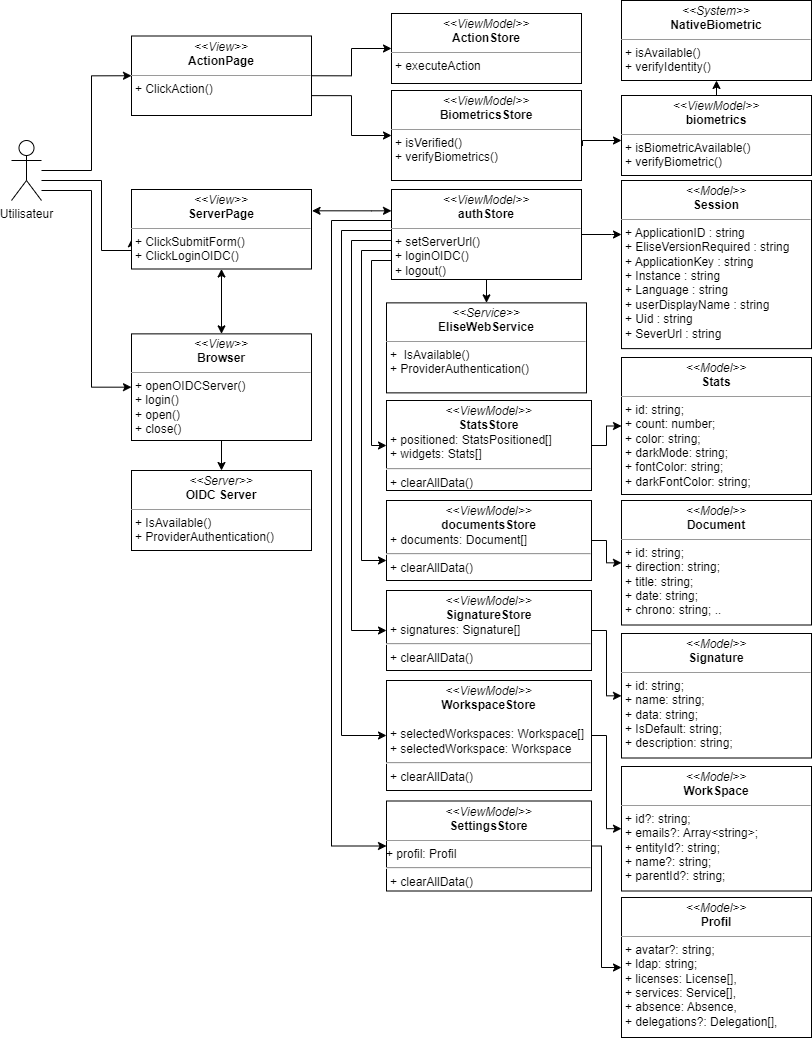
Above: images_pfe/dcc_sprint5.png in PFE-Neoledge-2023/rapport (draw.io), before the change. Source tidied: cells renumbered, new cells last; positions are measured from the earlier drawing's top-left corner, leaving out a move shared by most shapes.
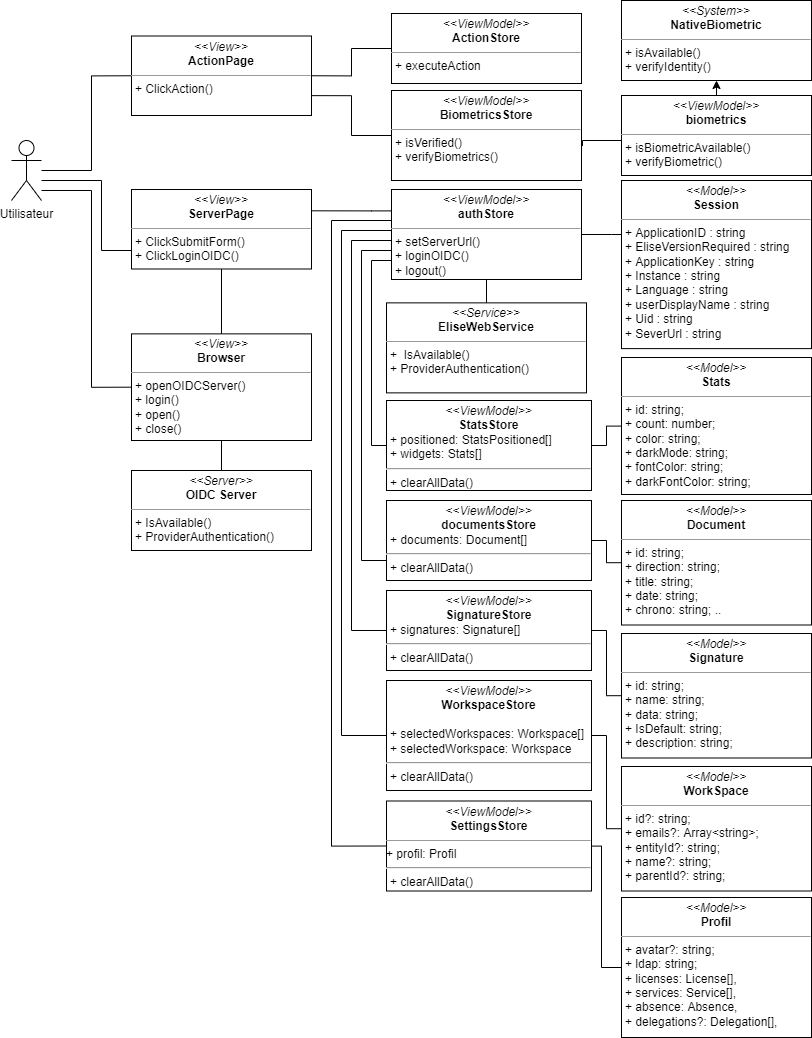
After the change.

Change to the diagram source:
```diff
@@ -2,7 +2,7 @@
   <root>
     <mxCell id="0" />
     <mxCell id="1" parent="0" />
-    <mxCell id="2" style="edgeStyle=orthogonalEdgeStyle;rounded=0;jettySize=auto;html=1;entryX=0.002;entryY=0.619;entryDx=0;entryDy=0;entryPerimeter=0;" parent="1" edge="1" source="5" target="8">
+    <mxCell id="2" style="edgeStyle=orthogonalEdgeStyle;rounded=0;jettySize=auto;html=1;entryX=0.002;entryY=0.619;entryDx=0;entryDy=0;entryPerimeter=0;endArrow=none;endFill=0;" parent="1" edge="1" source="5" target="8">
       <mxGeometry relative="1" as="geometry">
         <Array as="points">
           <mxPoint x="90" y="180" />
@@ -11,7 +11,7 @@
         </Array>
       </mxGeometry>
     </mxCell>
-    <mxCell id="3" style="edgeStyle=orthogonalEdgeStyle;html=1;entryX=0;entryY=0.5;entryDx=0;entryDy=0;rounded=0;" parent="1" edge="1" source="5" target="21">
+    <mxCell id="3" style="edgeStyle=orthogonalEdgeStyle;html=1;entryX=0;entryY=0.5;entryDx=0;entryDy=0;rounded=0;endArrow=none;endFill=0;" parent="1" edge="1" source="5" target="21">
       <mxGeometry relative="1" as="geometry">
         <Array as="points">
           <mxPoint x="80" y="170" />
@@ -19,7 +19,7 @@
         </Array>
       </mxGeometry>
     </mxCell>
-    <mxCell id="4" style="edgeStyle=orthogonalEdgeStyle;rounded=0;html=1;entryX=0;entryY=0.5;entryDx=0;entryDy=0;" parent="1" edge="1" source="5" target="29">
+    <mxCell id="4" style="edgeStyle=orthogonalEdgeStyle;rounded=0;html=1;entryX=0;entryY=0.5;entryDx=0;entryDy=0;endArrow=none;endFill=0;" parent="1" edge="1" source="5" target="29">
       <mxGeometry relative="1" as="geometry">
         <Array as="points">
           <mxPoint x="80" y="190" />
@@ -30,7 +30,7 @@
     <mxCell id="5" value="Utilisateur" style="shape=umlActor;verticalLabelPosition=bottom;verticalAlign=top;html=1;outlineConnect=0;" parent="1" vertex="1">
       <mxGeometry y="140" width="30" height="60" as="geometry" />
     </mxCell>
-    <mxCell id="6" style="edgeStyle=orthogonalEdgeStyle;html=1;exitX=1.003;exitY=0.268;exitDx=0;exitDy=0;startArrow=classic;startFill=1;endArrow=classic;endFill=1;rounded=0;exitPerimeter=0;" parent="1" edge="1" source="8" target="15">
+    <mxCell id="6" style="edgeStyle=orthogonalEdgeStyle;html=1;exitX=1.003;exitY=0.268;exitDx=0;exitDy=0;startArrow=none;startFill=0;endArrow=none;endFill=0;rounded=0;exitPerimeter=0;" parent="1" edge="1" source="8" target="15">
       <mxGeometry relative="1" as="geometry">
         <Array as="points">
           <mxPoint x="360" y="210" />
@@ -38,13 +38,13 @@
         </Array>
       </mxGeometry>
     </mxCell>
-    <mxCell id="7" style="edgeStyle=orthogonalEdgeStyle;rounded=0;html=1;entryX=0.5;entryY=0;entryDx=0;entryDy=0;startArrow=classic;startFill=1;" parent="1" edge="1" source="8" target="29">
+    <mxCell id="7" style="edgeStyle=orthogonalEdgeStyle;rounded=0;html=1;entryX=0.5;entryY=0;entryDx=0;entryDy=0;startArrow=none;startFill=0;endArrow=none;endFill=0;" parent="1" edge="1" source="8" target="29">
       <mxGeometry relative="1" as="geometry" />
     </mxCell>
     <mxCell id="8" value="&lt;p style=&quot;margin:0px;margin-top:4px;text-align:center;&quot;&gt;&lt;i&gt;&amp;lt;&amp;lt;View&amp;gt;&amp;gt;&lt;/i&gt;&lt;br&gt;&lt;b&gt;ServerPage&lt;/b&gt;&lt;/p&gt;&lt;hr style=&quot;border-color: var(--border-color);&quot; size=&quot;1&quot;&gt;&lt;p style=&quot;border-color: var(--border-color); margin: 0px 0px 0px 4px;&quot;&gt;+ ClickSubmitForm()&lt;br&gt;&lt;/p&gt;&lt;p style=&quot;border-color: var(--border-color); margin: 0px 0px 0px 4px;&quot;&gt;+ ClickLoginOIDC()&lt;/p&gt;&lt;p style=&quot;border-color: var(--border-color); margin: 0px 0px 0px 4px;&quot;&gt;&lt;br&gt;&lt;/p&gt;&lt;p style=&quot;border-color: var(--border-color); margin: 0px 0px 0px 4px;&quot;&gt;&lt;br&gt;&lt;/p&gt;" style="verticalAlign=top;align=left;overflow=fill;fontSize=12;fontFamily=Helvetica;html=1;whiteSpace=wrap;" parent="1" vertex="1">
       <mxGeometry x="120" y="189" width="180" height="79.5" as="geometry" />
     </mxCell>
-    <mxCell id="9" style="edgeStyle=orthogonalEdgeStyle;rounded=0;jettySize=auto;html=1;startArrow=none;startFill=0;endArrow=classic;endFill=1;" parent="1" edge="1" source="15" target="16">
+    <mxCell id="9" style="edgeStyle=orthogonalEdgeStyle;rounded=0;jettySize=auto;html=1;startArrow=none;startFill=0;endArrow=none;endFill=0;" parent="1" edge="1" source="15" target="16">
       <mxGeometry relative="1" as="geometry">
         <Array as="points">
           <mxPoint x="600" y="234" />
@@ -52,7 +52,7 @@
         </Array>
       </mxGeometry>
     </mxCell>
-    <mxCell id="10" style="edgeStyle=orthogonalEdgeStyle;rounded=0;html=1;entryX=0;entryY=0.5;entryDx=0;entryDy=0;startArrow=none;startFill=0;endArrow=classic;endFill=1;" parent="1" edge="1" source="15" target="40">
+    <mxCell id="10" style="edgeStyle=orthogonalEdgeStyle;rounded=0;html=1;entryX=0;entryY=0.5;entryDx=0;entryDy=0;startArrow=none;startFill=0;endArrow=none;endFill=0;" parent="1" edge="1" source="15" target="40">
       <mxGeometry relative="1" as="geometry">
         <Array as="points">
           <mxPoint x="360" y="260" />
@@ -60,7 +60,7 @@
         </Array>
       </mxGeometry>
     </mxCell>
-    <mxCell id="11" style="edgeStyle=orthogonalEdgeStyle;rounded=0;html=1;entryX=0;entryY=0.75;entryDx=0;entryDy=0;startArrow=none;startFill=0;endArrow=classic;endFill=1;" parent="1" edge="1" source="15" target="38">
+    <mxCell id="11" style="edgeStyle=orthogonalEdgeStyle;rounded=0;html=1;entryX=0;entryY=0.75;entryDx=0;entryDy=0;startArrow=none;startFill=0;endArrow=none;endFill=0;" parent="1" edge="1" source="15" target="38">
       <mxGeometry relative="1" as="geometry">
         <Array as="points">
           <mxPoint x="350" y="250" />
@@ -68,7 +68,7 @@
         </Array>
       </mxGeometry>
     </mxCell>
-    <mxCell id="12" style="edgeStyle=orthogonalEdgeStyle;rounded=0;html=1;entryX=0;entryY=0.5;entryDx=0;entryDy=0;startArrow=none;startFill=0;endArrow=classic;endFill=1;" parent="1" edge="1" source="15" target="36">
+    <mxCell id="12" style="edgeStyle=orthogonalEdgeStyle;rounded=0;html=1;entryX=0;entryY=0.5;entryDx=0;entryDy=0;startArrow=none;startFill=0;endArrow=none;endFill=0;" parent="1" edge="1" source="15" target="36">
       <mxGeometry relative="1" as="geometry">
         <Array as="points">
           <mxPoint x="340" y="240" />
@@ -76,7 +76,7 @@
         </Array>
       </mxGeometry>
     </mxCell>
-    <mxCell id="13" style="edgeStyle=orthogonalEdgeStyle;rounded=0;html=1;entryX=0;entryY=0.5;entryDx=0;entryDy=0;startArrow=none;startFill=0;endArrow=classic;endFill=1;" parent="1" edge="1" source="15" target="34">
+    <mxCell id="13" style="edgeStyle=orthogonalEdgeStyle;rounded=0;html=1;entryX=0;entryY=0.5;entryDx=0;entryDy=0;startArrow=none;startFill=0;endArrow=none;endFill=0;" parent="1" edge="1" source="15" target="34">
       <mxGeometry relative="1" as="geometry">
         <Array as="points">
           <mxPoint x="330" y="230" />
@@ -84,7 +84,7 @@
         </Array>
       </mxGeometry>
     </mxCell>
-    <mxCell id="14" style="edgeStyle=orthogonalEdgeStyle;rounded=0;html=1;entryX=0;entryY=0.5;entryDx=0;entryDy=0;startArrow=none;startFill=0;endArrow=classic;endFill=1;" parent="1" edge="1" source="15" target="32">
+    <mxCell id="14" style="edgeStyle=orthogonalEdgeStyle;rounded=0;html=1;entryX=0;entryY=0.5;entryDx=0;entryDy=0;startArrow=none;startFill=0;endArrow=none;endFill=0;" parent="1" edge="1" source="15" target="32">
       <mxGeometry relative="1" as="geometry">
         <Array as="points">
           <mxPoint x="320" y="220" />
@@ -98,16 +98,16 @@
     <mxCell id="16" value="&lt;p style=&quot;margin:0px;margin-top:4px;text-align:center;&quot;&gt;&lt;i&gt;&amp;lt;&amp;lt;Model&amp;gt;&amp;gt;&lt;/i&gt;&lt;br&gt;&lt;b&gt;Session&lt;/b&gt;&lt;/p&gt;&lt;hr size=&quot;1&quot;&gt;&lt;p style=&quot;margin:0px;margin-left:4px;&quot;&gt;+ ApplicationID : string&amp;nbsp;&lt;/p&gt;&lt;p style=&quot;margin:0px;margin-left:4px;&quot;&gt;+ EliseVersionRequired : string&lt;/p&gt;&lt;p style=&quot;margin:0px;margin-left:4px;&quot;&gt;+ ApplicationKey : string&lt;/p&gt;&lt;p style=&quot;margin:0px;margin-left:4px;&quot;&gt;+ Instance : string&lt;/p&gt;&lt;p style=&quot;margin:0px;margin-left:4px;&quot;&gt;+ Language : string&lt;/p&gt;&lt;p style=&quot;margin:0px;margin-left:4px;&quot;&gt;+ userDisplayName : string&lt;/p&gt;&lt;p style=&quot;margin:0px;margin-left:4px;&quot;&gt;+ Uid : string&lt;/p&gt;&lt;p style=&quot;margin:0px;margin-left:4px;&quot;&gt;+ SeverUrl : string&amp;nbsp;&amp;nbsp;&lt;/p&gt;&lt;p style=&quot;margin:0px;margin-left:4px;&quot;&gt;&lt;br&gt;&lt;/p&gt;" style="verticalAlign=top;align=left;overflow=fill;fontSize=12;fontFamily=Helvetica;html=1;whiteSpace=wrap;" parent="1" vertex="1">
       <mxGeometry x="610" y="180" width="190" height="168.1" as="geometry" />
     </mxCell>
-    <mxCell id="17" style="edgeStyle=orthogonalEdgeStyle;rounded=0;jettySize=auto;html=1;entryX=0.5;entryY=1;entryDx=0;entryDy=0;startArrow=classic;startFill=1;endArrow=none;endFill=0;" parent="1" edge="1" source="18" target="15">
+    <mxCell id="17" style="edgeStyle=orthogonalEdgeStyle;rounded=0;jettySize=auto;html=1;entryX=0.5;entryY=1;entryDx=0;entryDy=0;startArrow=none;startFill=0;endArrow=none;endFill=0;" parent="1" edge="1" source="18" target="15">
       <mxGeometry relative="1" as="geometry" />
     </mxCell>
     <mxCell id="18" value="&lt;p style=&quot;margin:0px;margin-top:4px;text-align:center;&quot;&gt;&lt;i&gt;&amp;lt;&amp;lt;Service&amp;gt;&amp;gt;&lt;/i&gt;&lt;br&gt;&lt;b&gt;EliseWebService&lt;/b&gt;&lt;/p&gt;&lt;hr size=&quot;1&quot;&gt;&lt;p style=&quot;margin:0px;margin-left:4px;&quot;&gt;&lt;/p&gt;&lt;p style=&quot;margin:0px;margin-left:4px;&quot;&gt;+&amp;nbsp; IsAvailable()&lt;/p&gt;&lt;p style=&quot;margin:0px;margin-left:4px;&quot;&gt;+ ProviderAuthentication()&lt;/p&gt;" style="verticalAlign=top;align=left;overflow=fill;fontSize=12;fontFamily=Helvetica;html=1;whiteSpace=wrap;" parent="1" vertex="1">
       <mxGeometry x="375" y="302.4" width="200" height="90" as="geometry" />
     </mxCell>
-    <mxCell id="19" style="edgeStyle=orthogonalEdgeStyle;html=1;exitX=1;exitY=0.5;exitDx=0;exitDy=0;entryX=0;entryY=0.5;entryDx=0;entryDy=0;rounded=0;" parent="1" edge="1" source="21" target="22">
+    <mxCell id="19" style="edgeStyle=orthogonalEdgeStyle;html=1;exitX=1;exitY=0.5;exitDx=0;exitDy=0;entryX=0;entryY=0.5;entryDx=0;entryDy=0;rounded=0;endArrow=none;endFill=0;" parent="1" edge="1" source="21" target="22">
       <mxGeometry relative="1" as="geometry" />
     </mxCell>
-    <mxCell id="20" style="edgeStyle=orthogonalEdgeStyle;html=1;entryX=0;entryY=0.5;entryDx=0;entryDy=0;exitX=1;exitY=0.75;exitDx=0;exitDy=0;rounded=0;" parent="1" edge="1" source="21" target="24">
+    <mxCell id="20" style="edgeStyle=orthogonalEdgeStyle;html=1;entryX=0;entryY=0.5;entryDx=0;entryDy=0;exitX=1;exitY=0.75;exitDx=0;exitDy=0;rounded=0;endArrow=none;endFill=0;" parent="1" edge="1" source="21" target="24">
       <mxGeometry relative="1" as="geometry" />
     </mxCell>
     <mxCell id="21" value="&lt;p style=&quot;margin:0px;margin-top:4px;text-align:center;&quot;&gt;&lt;i&gt;&amp;lt;&amp;lt;View&amp;gt;&amp;gt;&lt;/i&gt;&lt;br&gt;&lt;b&gt;ActionPage&lt;/b&gt;&lt;/p&gt;&lt;hr style=&quot;border-color: var(--border-color);&quot; size=&quot;1&quot;&gt;&lt;p style=&quot;border-color: var(--border-color); margin: 0px 0px 0px 4px;&quot;&gt;+ ClickAction()&lt;/p&gt;" style="verticalAlign=top;align=left;overflow=fill;fontSize=12;fontFamily=Helvetica;html=1;whiteSpace=wrap;" parent="1" vertex="1">
@@ -116,7 +116,7 @@
     <mxCell id="22" value="&lt;p style=&quot;margin:0px;margin-top:4px;text-align:center;&quot;&gt;&lt;i&gt;&amp;lt;&amp;lt;ViewModel&amp;gt;&amp;gt;&lt;/i&gt;&lt;br&gt;&lt;b&gt;ActionStore&lt;/b&gt;&lt;/p&gt;&lt;hr size=&quot;1&quot;&gt;&lt;p style=&quot;margin:0px;margin-left:4px;&quot;&gt;&lt;/p&gt;&lt;p style=&quot;margin:0px;margin-left:4px;&quot;&gt;+ executeAction&lt;/p&gt;" style="verticalAlign=top;align=left;overflow=fill;fontSize=12;fontFamily=Helvetica;html=1;whiteSpace=wrap;" parent="1" vertex="1">
       <mxGeometry x="380" y="13" width="190" height="70" as="geometry" />
     </mxCell>
-    <mxCell id="23" style="edgeStyle=orthogonalEdgeStyle;rounded=0;html=1;exitX=1.005;exitY=0.617;exitDx=0;exitDy=0;exitPerimeter=0;" parent="1" edge="1" source="24" target="26">
+    <mxCell id="23" style="edgeStyle=orthogonalEdgeStyle;rounded=0;html=1;exitX=1.005;exitY=0.617;exitDx=0;exitDy=0;exitPerimeter=0;endArrow=none;endFill=0;" parent="1" edge="1" source="24" target="26">
       <mxGeometry relative="1" as="geometry">
         <Array as="points">
           <mxPoint x="571" y="140" />
@@ -135,7 +135,7 @@
     <mxCell id="27" value="&lt;p style=&quot;margin:0px;margin-top:4px;text-align:center;&quot;&gt;&lt;i&gt;&amp;lt;&amp;lt;System&amp;gt;&amp;gt;&lt;/i&gt;&lt;br&gt;&lt;b&gt;NativeBiometric&lt;/b&gt;&lt;/p&gt;&lt;hr size=&quot;1&quot;&gt;&lt;p style=&quot;margin:0px;margin-left:4px;&quot;&gt;&lt;/p&gt;&lt;p style=&quot;margin:0px;margin-left:4px;&quot;&gt;+ isAvailable()&lt;br&gt;&lt;/p&gt;&lt;p style=&quot;margin:0px;margin-left:4px;&quot;&gt;+ verifyIdentity()&lt;/p&gt;" style="verticalAlign=top;align=left;overflow=fill;fontSize=12;fontFamily=Helvetica;html=1;whiteSpace=wrap;" parent="1" vertex="1">
       <mxGeometry x="610" width="190" height="80" as="geometry" />
     </mxCell>
-    <mxCell id="28" style="edgeStyle=orthogonalEdgeStyle;rounded=0;html=1;" parent="1" edge="1" source="29" target="30">
+    <mxCell id="28" style="edgeStyle=orthogonalEdgeStyle;rounded=0;html=1;endArrow=none;endFill=0;" parent="1" edge="1" source="29" target="30">
       <mxGeometry relative="1" as="geometry" />
     </mxCell>
     <mxCell id="29" value="&lt;p style=&quot;margin:0px;margin-top:4px;text-align:center;&quot;&gt;&lt;i&gt;&amp;lt;&amp;lt;View&amp;gt;&amp;gt;&lt;/i&gt;&lt;br&gt;&lt;b&gt;Browser&lt;/b&gt;&lt;/p&gt;&lt;hr style=&quot;border-color: var(--border-color);&quot; size=&quot;1&quot;&gt;&lt;p style=&quot;border-color: var(--border-color); margin: 0px 0px 0px 4px;&quot;&gt;+ openOIDCServer()&lt;br&gt;&lt;/p&gt;&lt;p style=&quot;border-color: var(--border-color); margin: 0px 0px 0px 4px;&quot;&gt;+ login()&lt;/p&gt;&lt;p style=&quot;border-color: var(--border-color); margin: 0px 0px 0px 4px;&quot;&gt;+ open()&lt;/p&gt;&lt;p style=&quot;border-color: var(--border-color); margin: 0px 0px 0px 4px;&quot;&gt;+ close()&lt;/p&gt;&lt;p style=&quot;border-color: var(--border-color); margin: 0px 0px 0px 4px;&quot;&gt;&lt;br&gt;&lt;/p&gt;&lt;p style=&quot;border-color: var(--border-color); margin: 0px 0px 0px 4px;&quot;&gt;&lt;br&gt;&lt;/p&gt;" style="verticalAlign=top;align=left;overflow=fill;fontSize=12;fontFamily=Helvetica;html=1;whiteSpace=wrap;" parent="1" vertex="1">
@@ -144,7 +144,7 @@
     <mxCell id="30" value="&lt;p style=&quot;margin:0px;margin-top:4px;text-align:center;&quot;&gt;&lt;i&gt;&amp;lt;&amp;lt;Server&amp;gt;&amp;gt;&lt;/i&gt;&lt;br&gt;&lt;b&gt;OIDC Server&lt;/b&gt;&lt;/p&gt;&lt;hr size=&quot;1&quot;&gt;&lt;p style=&quot;margin:0px;margin-left:4px;&quot;&gt;&lt;/p&gt;&lt;p style=&quot;margin:0px;margin-left:4px;&quot;&gt;+ IsAvailable()&lt;/p&gt;&lt;p style=&quot;margin:0px;margin-left:4px;&quot;&gt;+ ProviderAuthentication()&lt;/p&gt;" style="verticalAlign=top;align=left;overflow=fill;fontSize=12;fontFamily=Helvetica;html=1;whiteSpace=wrap;" parent="1" vertex="1">
       <mxGeometry x="120" y="470" width="180" height="80" as="geometry" />
     </mxCell>
-    <mxCell id="31" style="edgeStyle=orthogonalEdgeStyle;rounded=0;html=1;startArrow=none;startFill=0;endArrow=classic;endFill=1;" parent="1" edge="1" source="32" target="41">
+    <mxCell id="31" style="edgeStyle=orthogonalEdgeStyle;rounded=0;html=1;startArrow=none;startFill=0;endArrow=none;endFill=0;" parent="1" edge="1" source="32" target="41">
       <mxGeometry relative="1" as="geometry">
         <Array as="points">
           <mxPoint x="590" y="846" />
@@ -155,25 +155,25 @@
     <mxCell id="32" value="&lt;p style=&quot;margin:0px;margin-top:4px;text-align:center;&quot;&gt;&lt;i&gt;&amp;lt;&amp;lt;ViewModel&amp;gt;&amp;gt;&lt;/i&gt;&lt;br&gt;&lt;b&gt;SettingsStore&lt;/b&gt;&lt;/p&gt;&lt;hr size=&quot;1&quot;&gt;+ profil: Profil&lt;hr&gt;&lt;p style=&quot;margin:0px;margin-left:4px;&quot;&gt;&lt;/p&gt;&lt;p style=&quot;margin:0px;margin-left:4px;&quot;&gt;&lt;span style=&quot;background-color: initial;&quot;&gt;+ clearAllData()&lt;/span&gt;&lt;br&gt;&lt;/p&gt;" style="verticalAlign=top;align=left;overflow=fill;fontSize=12;fontFamily=Helvetica;html=1;whiteSpace=wrap;" parent="1" vertex="1">
       <mxGeometry x="375" y="800.5" width="205" height="90" as="geometry" />
     </mxCell>
-    <mxCell id="33" style="edgeStyle=orthogonalEdgeStyle;rounded=0;html=1;startArrow=none;startFill=0;endArrow=classic;endFill=1;" parent="1" edge="1" source="34" target="42">
+    <mxCell id="33" style="edgeStyle=orthogonalEdgeStyle;rounded=0;html=1;startArrow=none;startFill=0;endArrow=none;endFill=0;" parent="1" edge="1" source="34" target="42">
       <mxGeometry relative="1" as="geometry" />
     </mxCell>
     <mxCell id="34" value="&lt;p style=&quot;margin:0px;margin-top:4px;text-align:center;&quot;&gt;&lt;i&gt;&amp;lt;&amp;lt;ViewModel&amp;gt;&amp;gt;&lt;/i&gt;&lt;br&gt;&lt;b&gt;WorkspaceStore&lt;/b&gt;&lt;br&gt;&lt;/p&gt;&lt;p style=&quot;margin:0px;margin-left:4px;&quot;&gt;&lt;br&gt;&lt;/p&gt;&lt;p style=&quot;margin:0px;margin-left:4px;&quot;&gt;+ selectedWorkspaces: Workspace[]&lt;/p&gt;&lt;p style=&quot;margin:0px;margin-left:4px;&quot;&gt;+ selectedWorkspace: Workspace&lt;/p&gt;&lt;p style=&quot;margin:0px;margin-left:4px;&quot;&gt;&lt;/p&gt;&lt;hr&gt;&lt;p style=&quot;margin:0px;margin-left:4px;&quot;&gt;&lt;span style=&quot;background-color: initial;&quot;&gt;+ clearAllData()&lt;/span&gt;&lt;br&gt;&lt;/p&gt;" style="verticalAlign=top;align=left;overflow=fill;fontSize=12;fontFamily=Helvetica;html=1;whiteSpace=wrap;" parent="1" vertex="1">
       <mxGeometry x="375" y="680" width="205" height="110" as="geometry" />
     </mxCell>
-    <mxCell id="35" style="edgeStyle=orthogonalEdgeStyle;rounded=0;html=1;startArrow=none;startFill=0;endArrow=classic;endFill=1;" parent="1" edge="1" source="36" target="44">
+    <mxCell id="35" style="edgeStyle=orthogonalEdgeStyle;rounded=0;html=1;startArrow=none;startFill=0;endArrow=none;endFill=0;" parent="1" edge="1" source="36" target="44">
       <mxGeometry relative="1" as="geometry" />
     </mxCell>
     <mxCell id="36" value="&lt;p style=&quot;margin:0px;margin-top:4px;text-align:center;&quot;&gt;&lt;i&gt;&amp;lt;&amp;lt;ViewModel&amp;gt;&amp;gt;&lt;/i&gt;&lt;br&gt;&lt;b&gt;SignatureStore&lt;/b&gt;&lt;/p&gt;&lt;p style=&quot;margin:0px;margin-left:4px;&quot;&gt;+ signatures: Signature[]&lt;/p&gt;&lt;p style=&quot;margin:0px;margin-left:4px;&quot;&gt;&lt;/p&gt;&lt;hr&gt;&lt;p style=&quot;margin:0px;margin-left:4px;&quot;&gt;&lt;span style=&quot;background-color: initial;&quot;&gt;+ clearAllData()&lt;/span&gt;&lt;br&gt;&lt;/p&gt;" style="verticalAlign=top;align=left;overflow=fill;fontSize=12;fontFamily=Helvetica;html=1;whiteSpace=wrap;" parent="1" vertex="1">
       <mxGeometry x="375" y="590" width="205" height="80" as="geometry" />
     </mxCell>
-    <mxCell id="37" style="edgeStyle=orthogonalEdgeStyle;rounded=0;html=1;startArrow=none;startFill=0;endArrow=classic;endFill=1;" parent="1" edge="1" source="38" target="45">
+    <mxCell id="37" style="edgeStyle=orthogonalEdgeStyle;rounded=0;html=1;startArrow=none;startFill=0;endArrow=none;endFill=0;" parent="1" edge="1" source="38" target="45">
       <mxGeometry relative="1" as="geometry" />
     </mxCell>
     <mxCell id="38" value="&lt;p style=&quot;margin:0px;margin-top:4px;text-align:center;&quot;&gt;&lt;i&gt;&amp;lt;&amp;lt;ViewModel&amp;gt;&amp;gt;&lt;/i&gt;&lt;br&gt;&lt;b&gt;documentsStore&lt;/b&gt;&lt;/p&gt;&lt;p style=&quot;margin:0px;margin-left:4px;&quot;&gt;+ documents: Document[]&lt;/p&gt;&lt;p style=&quot;margin:0px;margin-left:4px;&quot;&gt;&lt;/p&gt;&lt;hr&gt;&lt;p style=&quot;margin:0px;margin-left:4px;&quot;&gt;&lt;span style=&quot;background-color: initial;&quot;&gt;+ clearAllData()&lt;/span&gt;&lt;br&gt;&lt;/p&gt;" style="verticalAlign=top;align=left;overflow=fill;fontSize=12;fontFamily=Helvetica;html=1;whiteSpace=wrap;" parent="1" vertex="1">
       <mxGeometry x="375" y="500" width="205" height="80" as="geometry" />
     </mxCell>
-    <mxCell id="39" style="edgeStyle=orthogonalEdgeStyle;rounded=0;html=1;startArrow=none;startFill=0;endArrow=classic;endFill=1;" parent="1" edge="1" source="40" target="43">
+    <mxCell id="39" style="edgeStyle=orthogonalEdgeStyle;rounded=0;html=1;startArrow=none;startFill=0;endArrow=none;endFill=0;" parent="1" edge="1" source="40" target="43">
       <mxGeometry relative="1" as="geometry" />
     </mxCell>
     <mxCell id="40" value="&lt;p style=&quot;margin:0px;margin-top:4px;text-align:center;&quot;&gt;&lt;i&gt;&amp;lt;&amp;lt;ViewModel&amp;gt;&amp;gt;&lt;/i&gt;&lt;br&gt;&lt;b&gt;StatsStore&lt;/b&gt;&lt;/p&gt;&lt;p style=&quot;margin:0px;margin-left:4px;&quot;&gt;+ positioned: StatsPositioned[]&lt;/p&gt;&lt;p style=&quot;margin:0px;margin-left:4px;&quot;&gt;+ widgets:&amp;nbsp;Stats[]&lt;/p&gt;&lt;p style=&quot;margin:0px;margin-left:4px;&quot;&gt;&lt;/p&gt;&lt;hr&gt;&lt;p style=&quot;margin:0px;margin-left:4px;&quot;&gt;&lt;span style=&quot;background-color: initial;&quot;&gt;+ clearAllData()&lt;/span&gt;&lt;br&gt;&lt;/p&gt;" style="verticalAlign=top;align=left;overflow=fill;fontSize=12;fontFamily=Helvetica;html=1;whiteSpace=wrap;" parent="1" vertex="1">
```
